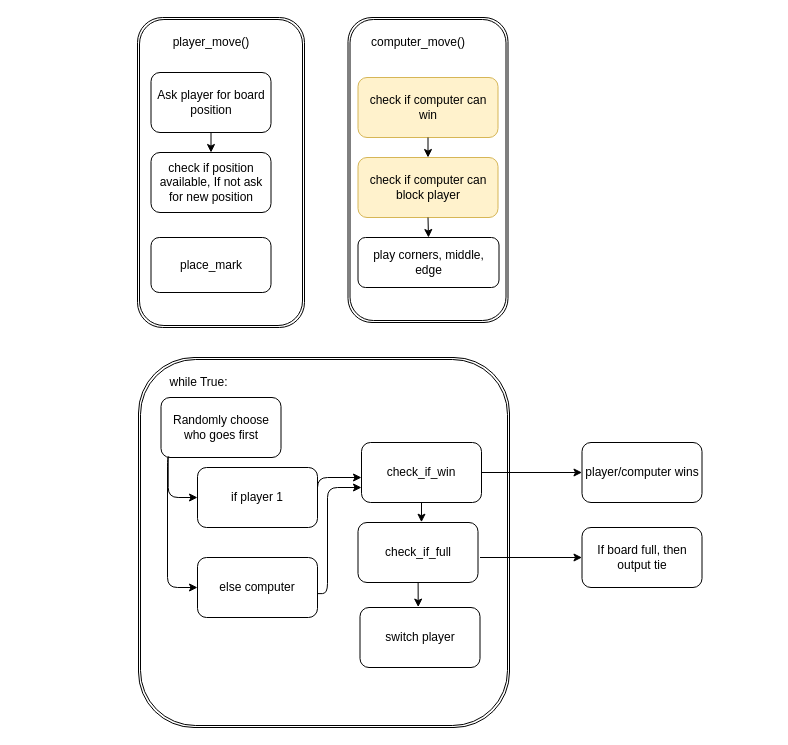
This is TicTacToe.drawio from gbrough/tic_tac_toe, a draw.io file, before an edit. Source tidied: cells renumbered, new cells numbered last; positions are measured from the earlier drawing's top-left corner, leaving out a move shared by most shapes. Both pictures are drawn from the tidied source at 100%, with x=0, y=0 at pixel (137, 17).
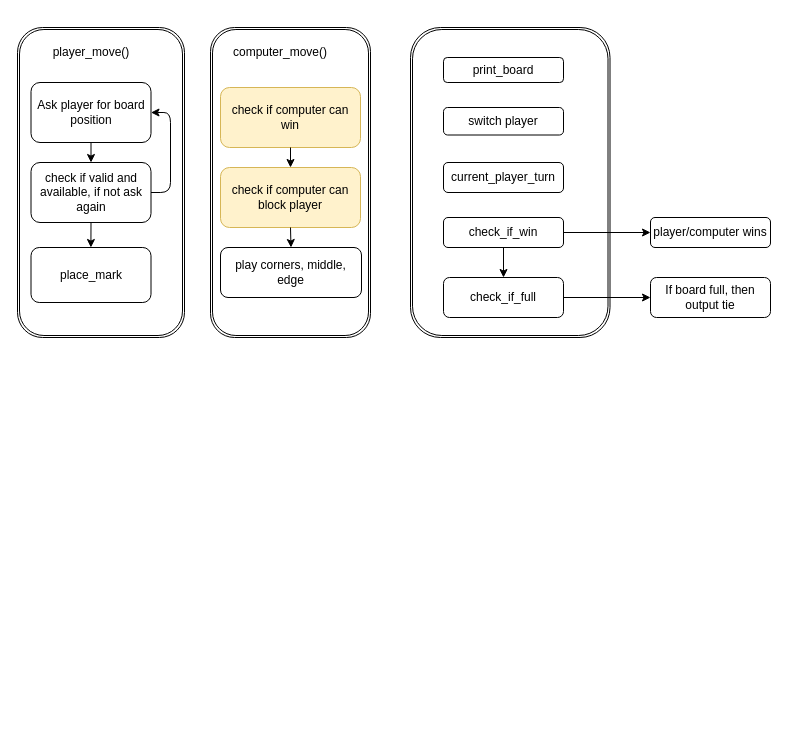
After the change.

Commit message (it also covers changes not shown here):
update diagram for new functions

Change to the diagram source:
```diff
@@
     <mxCell id="2" style="shape=ext;double=1;rounded=1;whiteSpace=wrap;html=1;" parent="1" vertex="1">
-      <mxGeometry x="1" y="340" width="371" height="370" as="geometry" />
+      <mxGeometry x="273" y="10" width="199.5" height="310" as="geometry" />
     </mxCell>
     <mxCell id="3" style="shape=ext;double=1;rounded=1;whiteSpace=wrap;html=1;" parent="1" vertex="1">
-      <mxGeometry width="167" height="310" as="geometry" />
+      <mxGeometry x="-120" y="10" width="167" height="310" as="geometry" />
     </mxCell>
     <mxCell id="4" style="shape=ext;double=1;rounded=1;whiteSpace=wrap;html=1;" parent="1" vertex="1">
-      <mxGeometry x="210.5" width="160" height="305" as="geometry" />
+      <mxGeometry x="73" y="10" width="160" height="310" as="geometry" />
     </mxCell>
-    <mxCell id="5" value="Randomly choose who goes first" style="rounded=1;whiteSpace=wrap;html=1;" parent="1" vertex="1">
-      <mxGeometry x="23.5" y="380" width="120" height="60" as="geometry" />
-    </mxCell>
     <mxCell id="6" value="Ask player for board position" style="rounded=1;whiteSpace=wrap;html=1;" parent="1" vertex="1">
-      <mxGeometry x="13.5" y="55" width="120" height="60" as="geometry" />
+      <mxGeometry x="-106.5" y="65" width="120" height="60" as="geometry" />
     </mxCell>
     <mxCell id="7" value="check if computer can win" style="rounded=1;whiteSpace=wrap;html=1;fillColor=#fff2cc;strokeColor=#d6b656;" parent="1" vertex="1">
-      <mxGeometry x="220.5" y="60" width="140" height="60" as="geometry" />
+      <mxGeometry x="83" y="70" width="140" height="60" as="geometry" />
     </mxCell>
     <mxCell id="8" value="check if computer can block player" style="rounded=1;whiteSpace=wrap;html=1;fillColor=#fff2cc;strokeColor=#d6b656;" parent="1" vertex="1">
-      <mxGeometry x="220.5" y="140" width="140" height="60" as="geometry" />
+      <mxGeometry x="83" y="150" width="140" height="60" as="geometry" />
     </mxCell>
-    <mxCell id="9" value="check if position available, If not ask for new position" style="rounded=1;whiteSpace=wrap;html=1;" parent="1" vertex="1">
-      <mxGeometry x="13.5" y="135" width="120" height="60" as="geometry" />
+    <mxCell id="9" value="check if valid and available, if not ask again" style="rounded=1;whiteSpace=wrap;html=1;" parent="1" vertex="1">
+      <mxGeometry x="-106.5" y="145" width="120" height="60" as="geometry" />
     </mxCell>
     <mxCell id="10" value="check_if_full" style="rounded=1;whiteSpace=wrap;html=1;" parent="1" vertex="1">
-      <mxGeometry x="220.5" y="505" width="120" height="60" as="geometry" />
+      <mxGeometry x="306" y="260" width="120" height="40" as="geometry" />
     </mxCell>
     <mxCell id="11" value="If board full, then output tie" style="rounded=1;whiteSpace=wrap;html=1;" parent="1" vertex="1">
-      <mxGeometry x="444.5" y="510" width="120" height="60" as="geometry" />
+      <mxGeometry x="513" y="260" width="120" height="40" as="geometry" />
     </mxCell>
     <mxCell id="12" value="check_if_win" style="rounded=1;whiteSpace=wrap;html=1;" parent="1" vertex="1">
-      <mxGeometry x="224" y="425" width="120" height="60" as="geometry" />
+      <mxGeometry x="306" y="200" width="120" height="30" as="geometry" />
     </mxCell>
-    <mxCell id="13" value="switch player" style="rounded=1;whiteSpace=wrap;html=1;" parent="1" vertex="1">
-      <mxGeometry x="222.5" y="590" width="120" height="60" as="geometry" />
-    </mxCell>
     <mxCell id="14" value="player/computer wins" style="rounded=1;whiteSpace=wrap;html=1;" parent="1" vertex="1">
-      <mxGeometry x="444.5" y="425" width="120" height="60" as="geometry" />
+      <mxGeometry x="513" y="200" width="120" height="30" as="geometry" />
     </mxCell>
@@
     <mxCell id="18" value="player_move()" style="text;html=1;strokeColor=none;fillColor=none;align=center;verticalAlign=middle;whiteSpace=wrap;rounded=0;" parent="1" vertex="1">
-      <mxGeometry x="43.5" y="15" width="60" height="20" as="geometry" />
+      <mxGeometry x="-76.5" y="25" width="60" height="20" as="geometry" />
     </mxCell>
-    <mxCell id="19" style="endArrow=classic;html=1;startArrow=none;entryX=0;entryY=0.5;entryDx=0;entryDy=0;" parent="1" edge="1" target="11">
-      <mxGeometry relative="1" as="geometry">
-        <mxPoint x="342.5" y="540" as="sourcePoint" />
-      </mxGeometry>
+    <mxCell id="19" style="endArrow=classic;html=1;startArrow=none;entryX=0;entryY=0.5;entryDx=0;entryDy=0;exitX=1;exitY=0.5;exitDx=0;exitDy=0;" parent="1" edge="1" source="10" target="11">
+      <mxGeometry relative="1" as="geometry" />
     </mxCell>
     <mxCell id="20" value="computer_move()" style="text;html=1;strokeColor=none;fillColor=none;align=center;verticalAlign=middle;whiteSpace=wrap;rounded=0;" parent="1" vertex="1">
-      <mxGeometry x="250.5" y="10" width="60" height="30" as="geometry" />
+      <mxGeometry x="113" y="20" width="60" height="30" as="geometry" />
     </mxCell>
     <mxCell id="21" value="place_mark" style="rounded=1;whiteSpace=wrap;html=1;" parent="1" vertex="1">
-      <mxGeometry x="13.5" y="220" width="120" height="55" as="geometry" />
+      <mxGeometry x="-106.5" y="230" width="120" height="55" as="geometry" />
     </mxCell>
-    <mxCell id="22" value="while True:" style="text;html=1;strokeColor=none;fillColor=none;align=center;verticalAlign=middle;whiteSpace=wrap;rounded=0;" parent="1" vertex="1">
-      <mxGeometry x="23.5" y="355" width="75" height="20" as="geometry" />
-    </mxCell>
     <mxCell id="23" value="play corners, middle, edge" style="rounded=1;whiteSpace=wrap;html=1;" parent="1" vertex="1">
-      <mxGeometry x="220.5" y="220" width="141" height="50" as="geometry" />
+      <mxGeometry x="83" y="230" width="141" height="50" as="geometry" />
     </mxCell>
@@
-    <mxCell id="25" value="if player 1" style="rounded=1;whiteSpace=wrap;html=1;" parent="1" vertex="1">
-      <mxGeometry x="60" y="450" width="120" height="60" as="geometry" />
+    <mxCell id="25" value="switch player" style="rounded=1;whiteSpace=wrap;html=1;" parent="1" vertex="1">
+      <mxGeometry x="306" y="90" width="120" height="27.5" as="geometry" />
     </mxCell>
-    <mxCell id="26" value="else computer" style="rounded=1;whiteSpace=wrap;html=1;" parent="1" vertex="1">
-      <mxGeometry x="60" y="540" width="120" height="60" as="geometry" />
+    <mxCell id="26" value="current_player_turn" style="rounded=1;whiteSpace=wrap;html=1;" parent="1" vertex="1">
+      <mxGeometry x="306" y="145" width="120" height="30" as="geometry" />
     </mxCell>
-    <mxCell id="27" style="edgeStyle=segmentEdgeStyle;endArrow=classic;html=1;exitX=0.06;exitY=0.993;exitDx=0;exitDy=0;entryX=0;entryY=0.5;entryDx=0;entryDy=0;exitPerimeter=0;" parent="1" edge="1" source="5" target="25">
-      <mxGeometry relative="1" as="geometry">
-        <Array as="points">
-          <mxPoint x="31" y="480" />
-        </Array>
-      </mxGeometry>
-    </mxCell>
-    <mxCell id="28" style="edgeStyle=segmentEdgeStyle;endArrow=classic;html=1;entryX=0;entryY=0.5;entryDx=0;entryDy=0;exitX=0.068;exitY=0.99;exitDx=0;exitDy=0;exitPerimeter=0;" parent="1" edge="1" source="5" target="26">
-      <mxGeometry relative="1" as="geometry">
-        <Array as="points">
-          <mxPoint x="30" y="439" />
-          <mxPoint x="30" y="570" />
-        </Array>
-      </mxGeometry>
-    </mxCell>
-    <mxCell id="29" style="edgeStyle=segmentEdgeStyle;endArrow=classic;html=1;exitX=1;exitY=0.5;exitDx=0;exitDy=0;" parent="1" edge="1" source="25" target="12">
-      <mxGeometry relative="1" as="geometry">
-        <Array as="points">
-          <mxPoint x="180" y="460" />
-        </Array>
-      </mxGeometry>
-    </mxCell>
-    <mxCell id="30" style="edgeStyle=segmentEdgeStyle;endArrow=classic;html=1;exitX=0.998;exitY=0.602;exitDx=0;exitDy=0;exitPerimeter=0;" parent="1" edge="1" source="26">
-      <mxGeometry relative="1" as="geometry">
-        <mxPoint x="224" y="470" as="targetPoint" />
-        <Array as="points">
-          <mxPoint x="190" y="576" />
-          <mxPoint x="190" y="470" />
-        </Array>
-      </mxGeometry>
-    </mxCell>
-    <mxCell id="31" style="endArrow=classic;html=1;exitX=0.5;exitY=1;exitDx=0;exitDy=0;entryX=0.529;entryY=-0.005;entryDx=0;entryDy=0;entryPerimeter=0;" parent="1" edge="1" source="12" target="10">
+    <mxCell id="31" style="endArrow=classic;html=1;entryX=0.5;entryY=0;entryDx=0;entryDy=0;" parent="1" edge="1" source="12" target="10">
       <mxGeometry relative="1" as="geometry" />
     </mxCell>
-    <mxCell id="32" style="endArrow=classic;html=1;entryX=0.485;entryY=-0.007;entryDx=0;entryDy=0;entryPerimeter=0;" parent="1" edge="1" source="10" target="13">
-      <mxGeometry relative="1" as="geometry" />
-    </mxCell>
+    <mxCell id="33" value="print_board" style="rounded=1;whiteSpace=wrap;html=1;" parent="1" vertex="1">
+      <mxGeometry x="306" y="40" width="120" height="25" as="geometry" />
+    </mxCell>
+    <mxCell id="34" style="endArrow=classic;html=1;entryX=0.5;entryY=0;entryDx=0;entryDy=0;exitX=0.5;exitY=1;exitDx=0;exitDy=0;" parent="1" edge="1" source="9">
+      <mxGeometry relative="1" as="geometry">
+        <mxPoint x="-46.6" y="230" as="targetPoint" />
+      </mxGeometry>
+    </mxCell>
+    <mxCell id="35" style="edgeStyle=segmentEdgeStyle;endArrow=classic;html=1;entryX=1;entryY=0.5;entryDx=0;entryDy=0;exitX=1;exitY=0.5;exitDx=0;exitDy=0;" parent="1" edge="1" source="9" target="6">
+      <mxGeometry relative="1" as="geometry">
+        <Array as="points">
+          <mxPoint x="33" y="175" />
+          <mxPoint x="33" y="95" />
+        </Array>
+      </mxGeometry>
+    </mxCell>
```
